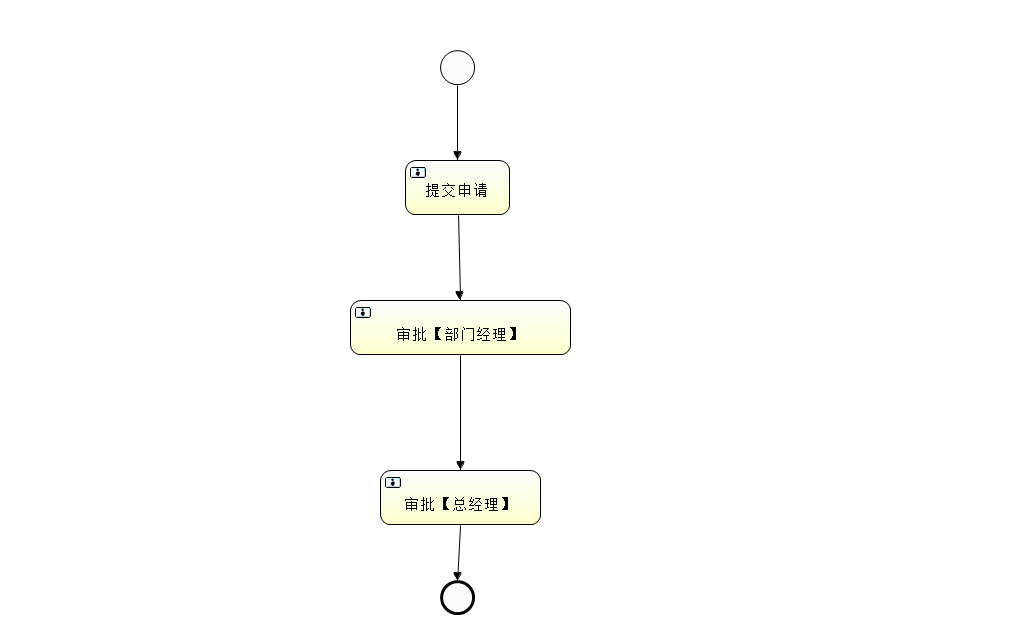
Before: ShoppingAdmin/src/main/resources/activiti.png, a diagram exported from BPMN (JeremyLBJ/MallAdmin). Its source is kept beside it as ShoppingAdmin/src/main/resources/activiti.bpmn. Ids are renumbered.
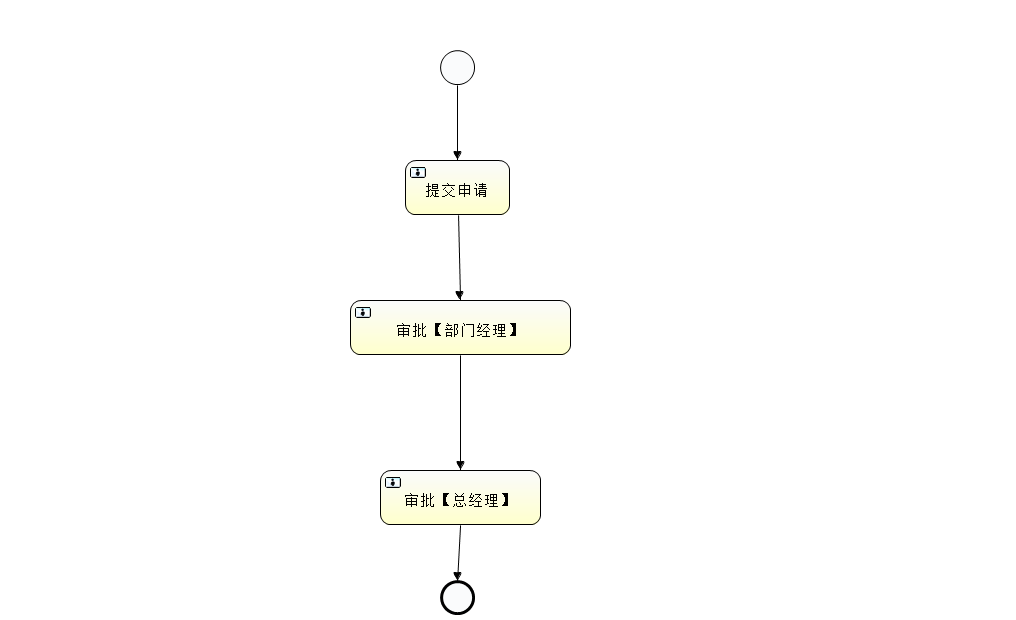
Later version of the same file.

Change to the diagram source:
```diff
@@ -2,9 +2,9 @@
   <process id="activiti" name="activiti" isExecutable="true">
     <startEvent id="startevent1" name="Start"></startEvent>
     <endEvent id="endevent1" name="End"></endEvent>
-    <userTask id="usertask1" name="提交申请" activiti:assignee="鸣人"></userTask>
-    <userTask id="usertask2" name="审批【部门经理】" activiti:assignee="索隆"></userTask>
-    <userTask id="usertask3" name="审批【总经理】" activiti:assignee="张九南"></userTask>
+    <userTask id="usertask1" name="提交申请" activiti:assignee="${username}"></userTask>
+    <userTask id="usertask2" name="审批【部门经理】" activiti:assignee="${username}"></userTask>
+    <userTask id="usertask3" name="审批【总经理】" activiti:assignee="${username}"></userTask>
     <sequenceFlow id="flow1" sourceRef="startevent1" targetRef="usertask1"></sequenceFlow>
     <sequenceFlow id="flow2" sourceRef="usertask1" targetRef="usertask2"></sequenceFlow>
     <sequenceFlow id="flow3" sourceRef="usertask2" targetRef="usertask3"></sequenceFlow>
```
